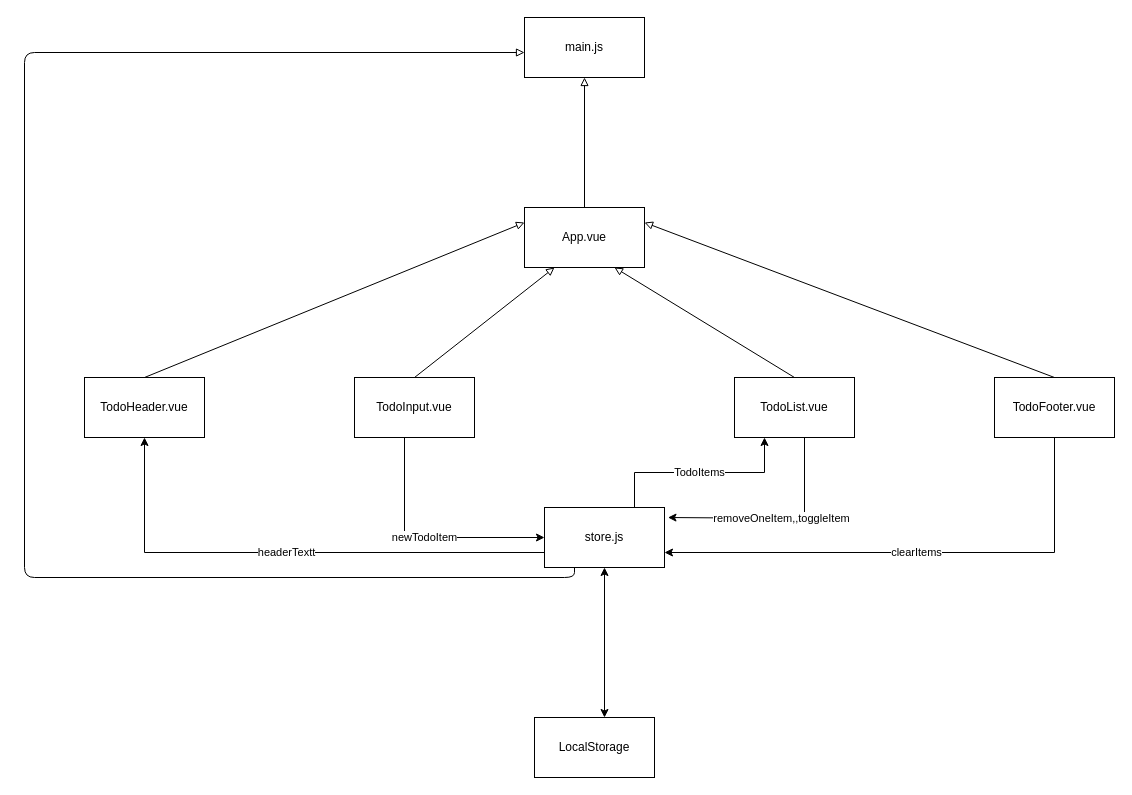
Earlier version of the draw.io diagram page "Page-1의 복사본" (2 of 2) of vue_study_lv2/vue-todo/component diagram.drawio (jcs526/VUE_STUDY). Source tidied: cells renumbered, new cells numbered last; positions are measured from the earlier drawing's top-left corner, leaving out a move shared by most shapes. Both pictures are drawn from the tidied source at 100%, with x=0, y=0 at pixel (24, 17).
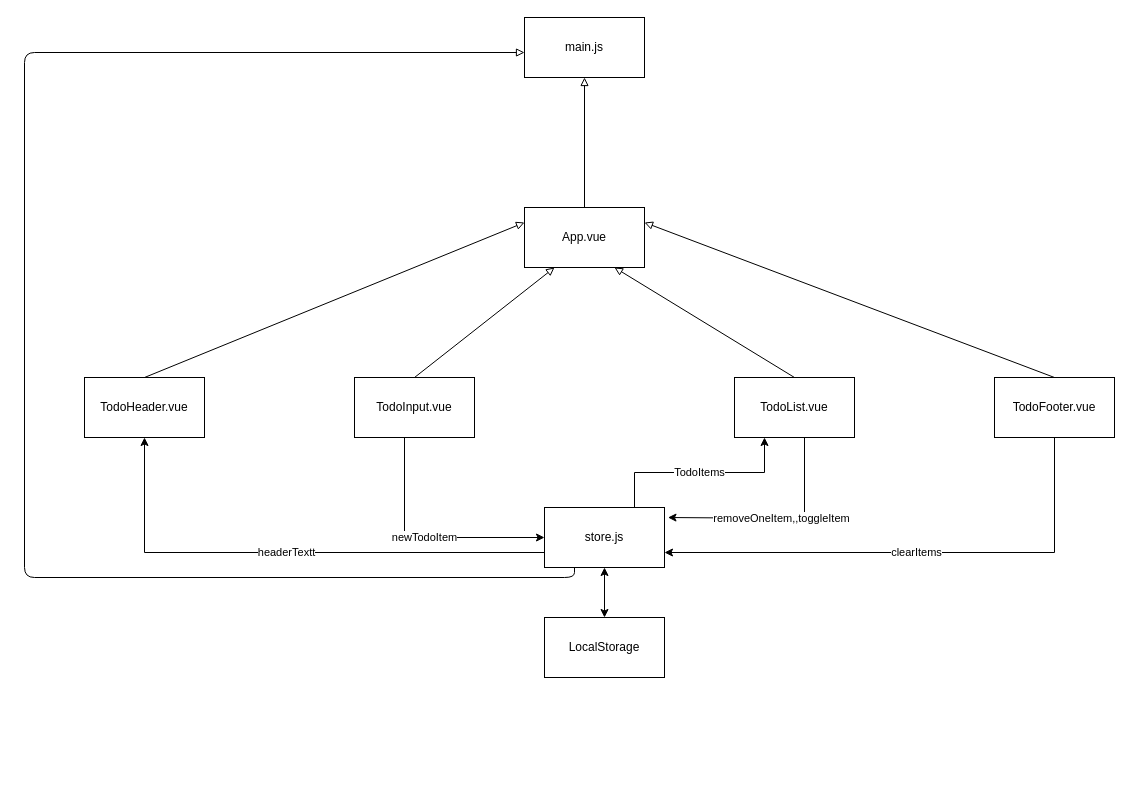
After the change.

Unchanged cells that the change refers to:
```xml
<mxCell id="12" value="store.js" style="rounded=0;whiteSpace=wrap;html=1;" parent="1" vertex="1">
  <mxGeometry x="520" y="490" width="120" height="60" as="geometry" />
</mxCell>
```

Change to the diagram source:
```diff
@@
     <mxCell id="13" value="LocalStorage" style="rounded=0;whiteSpace=wrap;html=1;" parent="1" vertex="1">
-      <mxGeometry x="510" y="700" width="120" height="60" as="geometry" />
+      <mxGeometry x="520" y="600" width="120" height="60" as="geometry" />
     </mxCell>
-    <mxCell id="14" style="endArrow=classic;startArrow=classic;html=1;rounded=0;" parent="1" edge="1" source="12">
-      <mxGeometry relative="1" as="geometry">
-        <mxPoint x="580" y="700" as="targetPoint" />
-      </mxGeometry>
+    <mxCell id="14" style="endArrow=classic;startArrow=classic;html=1;rounded=0;" parent="1" edge="1" source="12" target="13">
+      <mxGeometry relative="1" as="geometry" />
     </mxCell>
```
